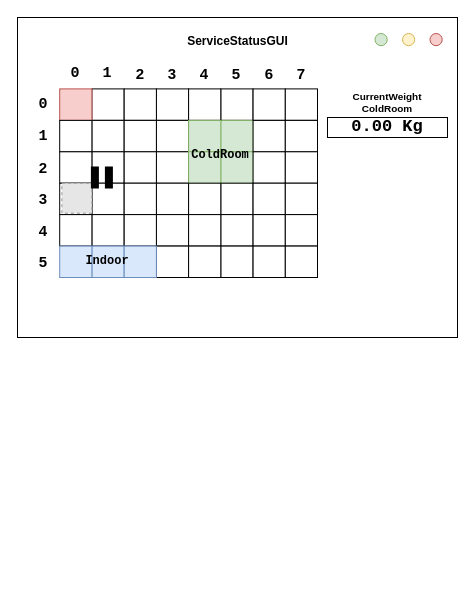
This is Sprint0/userDocs/resources/draw/secondGUI.drawio from LEOB3TA/ColdStorageService-Project, a draw.io file, before an edit. Source tidied: cells renumbered, new cells numbered last; positions are measured from the earlier drawing's top-left corner, leaving out a move shared by most shapes. Both pictures are drawn from the tidied source at 100%, with x=0, y=0 at pixel (17, 17). Pictures stored in the file or linked from it are replaced by grey dashed boxes.
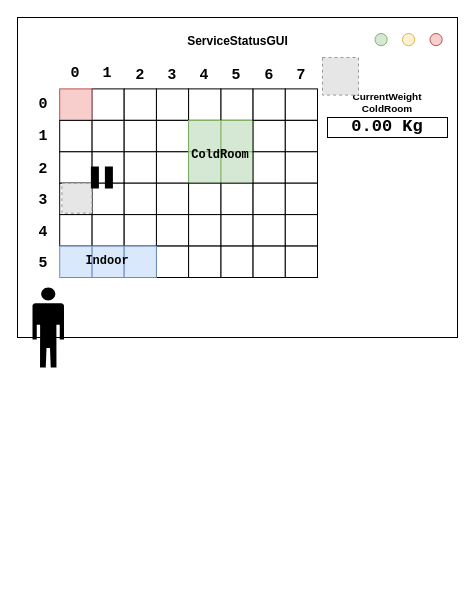
The same page after the edit.

Unchanged cells that the change refers to:
```xml
<mxCell id="2" style="group;" parent="1" vertex="1">
  <mxGeometry width="440" height="560" as="geometry" />
</mxCell>
```

Diff of the diagram source:
```diff
@@
+    <mxCell id="77" style="shape=mxgraph.signs.people.man_2;html=1;fillColor=#000000;strokeColor=none;verticalLabelPosition=bottom;verticalAlign=top;align=center;" parent="2" vertex="1">
+      <mxGeometry x="15" y="270" width="31.5" height="80" as="geometry" />
+    </mxCell>
+    <mxCell id="78" style="fillColor=#E6E6E6;strokeColor=#999999;dashed=1;verticalLabelPosition=bottom;labelBackgroundColor=default;verticalAlign=top;" parent="2" vertex="1">
+      <mxGeometry x="305" y="40" width="36" height="37.6" as="geometry" />
+    </mxCell>
```
